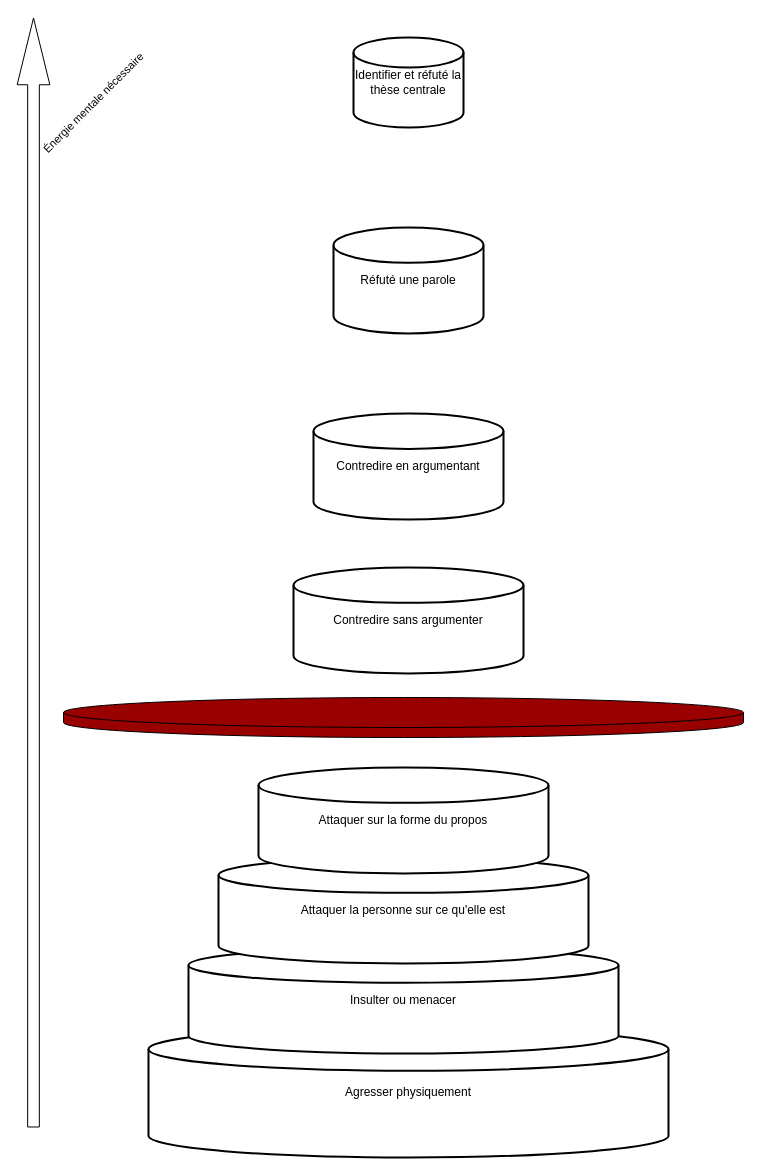
Earlier version of the draw.io diagram GraamAméliorer.drawio (emilienGallet/GraamUpgrade). Source tidied: cells renumbered, new cells numbered last; positions are measured from the earlier drawing's top-left corner, leaving out a move shared by most shapes. Both pictures are drawn from the tidied source at 100%, with x=0, y=0 at pixel (33, 17).
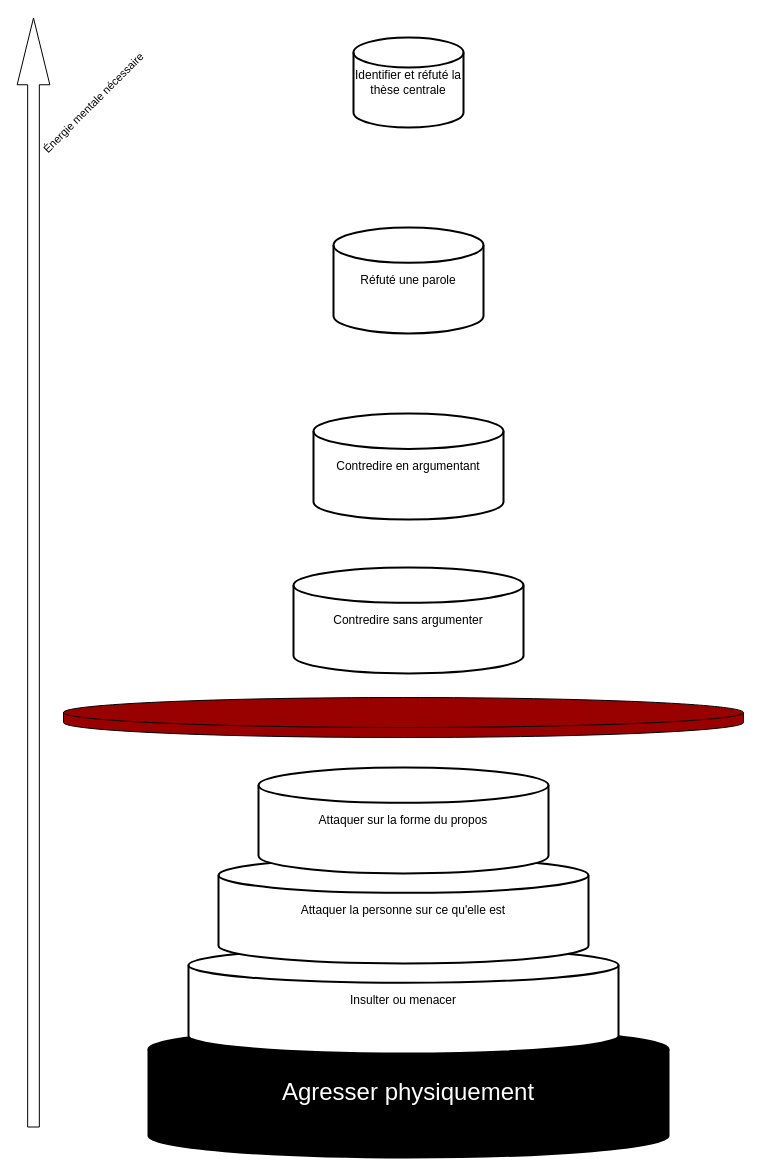
Above is the later version.

Commit message (it also covers changes not shown here):
Mettre à jour GraamAméliorer.drawio

Diff of the diagram source:
```diff
@@
 <mxGraphModel>
   <root>
     <mxCell id="0" />
     <mxCell id="1" parent="0" />
-    <mxCell id="2" value="Agresser physiquement" style="strokeWidth=2;html=1;shape=mxgraph.flowchart.database;whiteSpace=wrap;" parent="1" vertex="1">
+    <mxCell id="2" value="&lt;font style=&quot;font-size: 24px;&quot; color=&quot;#ffffff&quot;&gt;Agresser physiquement&lt;/font&gt;" style="strokeWidth=2;html=1;shape=mxgraph.flowchart.database;whiteSpace=wrap;fillColor=#000000;" parent="1" vertex="1">
       <mxGeometry x="115" y="1010" width="520" height="130" as="geometry" />
     </mxCell>
     <mxCell id="3" value="Insulter ou menacer" style="strokeWidth=2;html=1;shape=mxgraph.flowchart.database;whiteSpace=wrap;" parent="1" vertex="1">
       <mxGeometry x="155" y="930" width="430" height="106" as="geometry" />
     </mxCell>
     <mxCell id="4" value="Attaquer la personne sur ce qu'elle est" style="strokeWidth=2;html=1;shape=mxgraph.flowchart.database;whiteSpace=wrap;" parent="1" vertex="1">
       <mxGeometry x="185" y="840" width="370" height="106" as="geometry" />
     </mxCell>
     <mxCell id="5" value="Attaquer sur la forme du propos" style="strokeWidth=2;html=1;shape=mxgraph.flowchart.database;whiteSpace=wrap;" parent="1" vertex="1">
       <mxGeometry x="225" y="750" width="290" height="106" as="geometry" />
     </mxCell>
     <mxCell id="6" value="Contredire sans argumenter" style="strokeWidth=2;html=1;shape=mxgraph.flowchart.database;whiteSpace=wrap;" parent="1" vertex="1">
       <mxGeometry x="260" y="550" width="230" height="106" as="geometry" />
     </mxCell>
     <mxCell id="7" value="Contredire en argumentant" style="strokeWidth=2;html=1;shape=mxgraph.flowchart.database;whiteSpace=wrap;" parent="1" vertex="1">
       <mxGeometry x="280" y="396.1" width="190" height="106" as="geometry" />
     </mxCell>
     <mxCell id="8" value="Réfuté une parole" style="strokeWidth=2;html=1;shape=mxgraph.flowchart.database;whiteSpace=wrap;" parent="1" vertex="1">
       <mxGeometry x="300" y="210" width="150" height="106" as="geometry" />
     </mxCell>
     <mxCell id="9" value="Identifier et réfuté la thèse centrale" style="strokeWidth=2;html=1;shape=mxgraph.flowchart.database;whiteSpace=wrap;" parent="1" vertex="1">
       <mxGeometry x="320" y="20" width="110" height="90" as="geometry" />
     </mxCell>
     <mxCell id="10" style="shape=cylinder3;whiteSpace=wrap;html=1;boundedLbl=1;backgroundOutline=1;size=15;fillColor=#990000;" parent="1" vertex="1">
       <mxGeometry x="30" y="680" width="680" height="40" as="geometry" />
     </mxCell>
     <mxCell id="11" style="shape=flexArrow;endArrow=classic;html=1;rounded=0;width=11.666666666666668;endSize=21.916666666666668;" parent="1" edge="1">
       <mxGeometry relative="1" as="geometry">
         <mxPoint y="1110" as="sourcePoint" />
         <mxPoint as="targetPoint" />
       </mxGeometry>
     </mxCell>
     <mxCell id="12" value="Énergie mentale nécessaire" style="edgeLabel;html=1;align=center;verticalAlign=middle;rotation=-45;" parent="11" vertex="1">
       <mxGeometry x="0.74" y="3" relative="1" as="geometry">
         <mxPoint x="62" y="-58" as="offset" />
       </mxGeometry>
     </mxCell>
   </root>
 </mxGraphModel>
```
